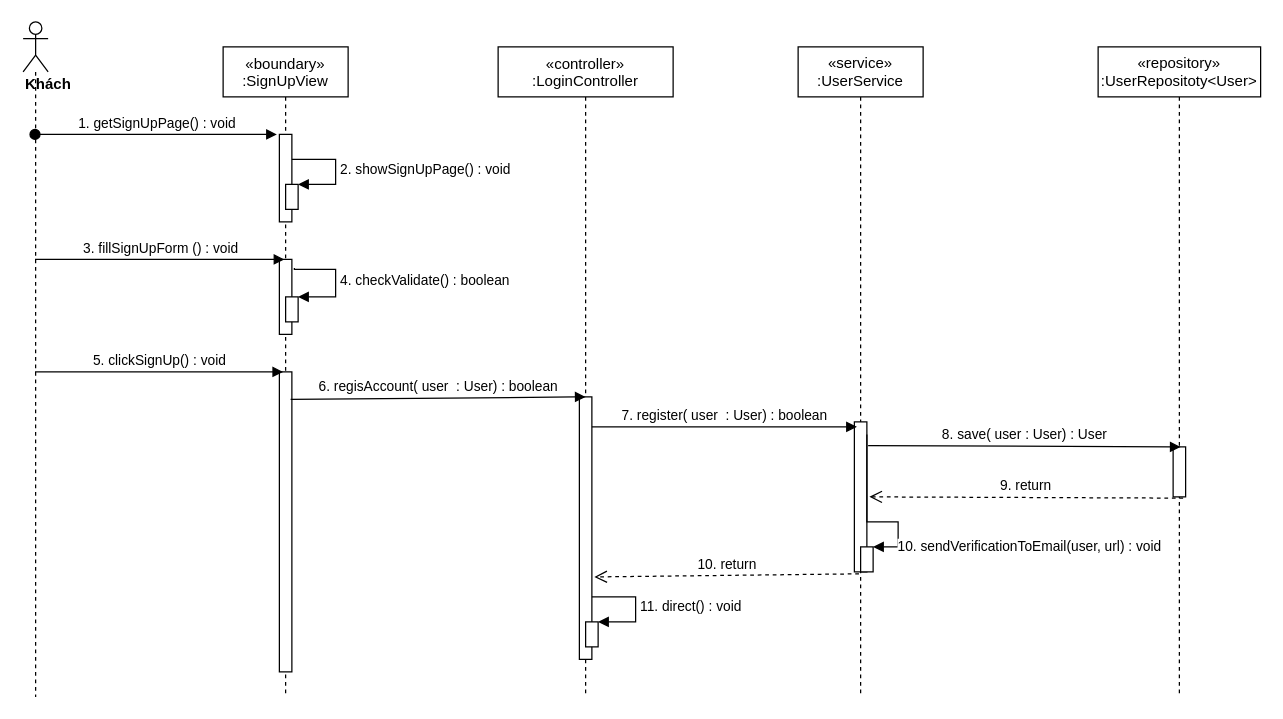
The draw.io diagram sequence diagram/register-sequence-diagram.drawio in nguyenphamvan/datn_20202, before the edit. Source tidied: cells renumbered, new cells numbered last; positions are measured from the earlier drawing's top-left corner, leaving out a move shared by most shapes. Both pictures are drawn from the tidied source at 125%, with x=0, y=0 at pixel (22, 21).
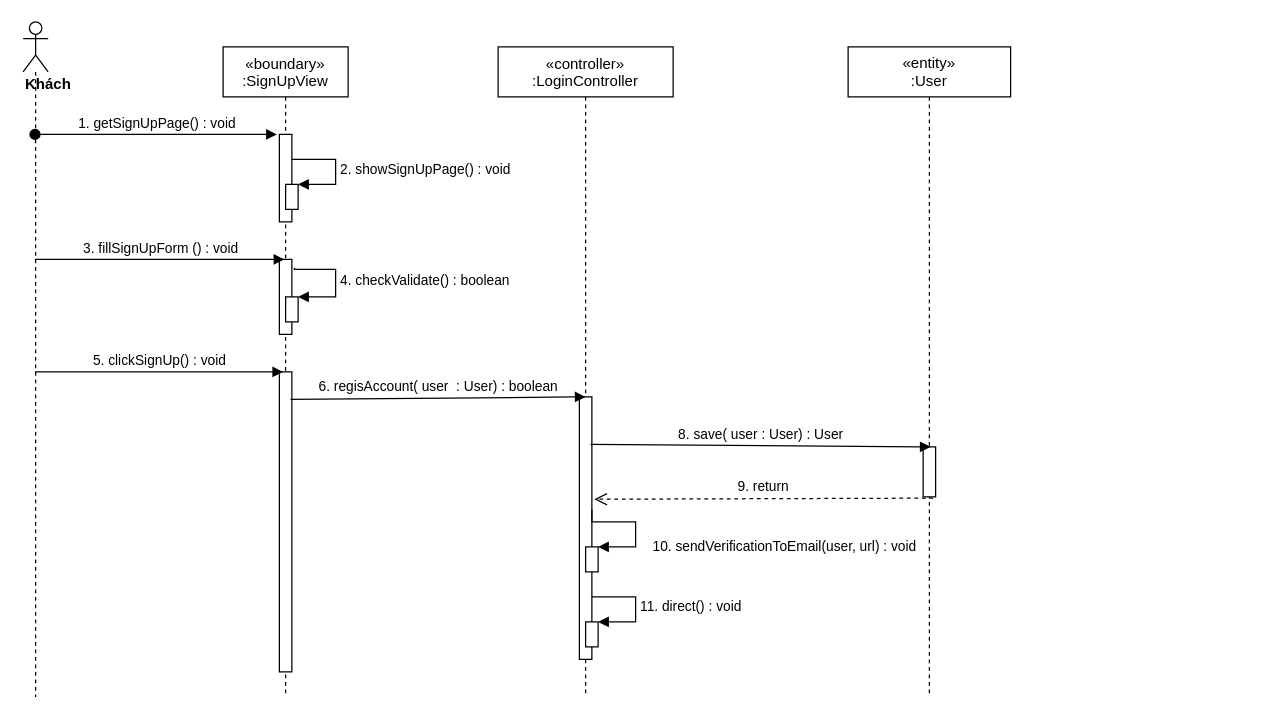
After the change.

Unchanged cells that the change refers to:
```xml
<mxCell id="11" style="points=[];perimeter=orthogonalPerimeter;rounded=0;shadow=0;strokeWidth=1;" parent="10" vertex="1">
  <mxGeometry x="65" y="280" width="10" height="210" as="geometry" />
</mxCell>
<mxCell id="24" style="points=[];perimeter=orthogonalPerimeter;rounded=0;shadow=0;strokeWidth=1;" parent="23" vertex="1">
  <mxGeometry x="60" y="320" width="10" height="40" as="geometry" />
</mxCell>
```

Diff of the diagram source:
```diff
@@
-    <mxCell id="15" value="&lt;span&gt;«service»&lt;br&gt;&lt;/span&gt;:UserService" style="shape=umlLifeline;perimeter=lifelinePerimeter;whiteSpace=wrap;html=1;" parent="1" vertex="1">
-      <mxGeometry x="620" y="20" width="100" height="520" as="geometry" />
-    </mxCell>
-    <mxCell id="16" style="points=[];perimeter=orthogonalPerimeter;rounded=0;shadow=0;strokeWidth=1;" parent="15" vertex="1">
-      <mxGeometry x="45" y="300" width="10" height="120" as="geometry" />
-    </mxCell>
-    <mxCell id="17" style="html=1;points=[];perimeter=orthogonalPerimeter;" parent="15" vertex="1">
-      <mxGeometry x="50" y="400" width="10" height="20" as="geometry" />
-    </mxCell>
-    <mxCell id="18" value="10. sendVerificationToEmail(user, url) : void" style="edgeStyle=orthogonalEdgeStyle;html=1;align=left;spacingLeft=2;endArrow=block;rounded=0;entryX=1;entryY=0;" parent="15" edge="1" target="17">
-      <mxGeometry x="0.76" relative="1" as="geometry">
-        <mxPoint x="55" y="310" as="sourcePoint" />
-        <Array as="points">
-          <mxPoint x="55" y="380" />
-          <mxPoint x="80" y="380" />
-          <mxPoint x="80" y="400" />
-        </Array>
-      </mxGeometry>
-    </mxCell>
@@
-    <mxCell id="23" value="&lt;span&gt;«repository»&lt;br&gt;&lt;/span&gt;:UserRepositoty&amp;lt;User&amp;gt;" style="shape=umlLifeline;perimeter=lifelinePerimeter;whiteSpace=wrap;html=1;" parent="1" vertex="1">
-      <mxGeometry x="860" y="20" width="130" height="520" as="geometry" />
+    <mxCell id="23" value="&lt;span&gt;«entity»&lt;br&gt;&lt;/span&gt;:User" style="shape=umlLifeline;perimeter=lifelinePerimeter;whiteSpace=wrap;html=1;" parent="1" vertex="1">
+      <mxGeometry x="660" y="20" width="130" height="520" as="geometry" />
     </mxCell>
@@
-    <mxCell id="25" value="7. register( user&amp;nbsp; : User) : boolean" style="html=1;verticalAlign=bottom;endArrow=block;entryX=0.2;entryY=0.033;entryDx=0;entryDy=0;entryPerimeter=0;" parent="1" edge="1" source="11" target="16">
-      <mxGeometry relative="1" as="geometry" />
-    </mxCell>
-    <mxCell id="26" value="10. return" style="html=1;verticalAlign=bottom;endArrow=open;dashed=1;endSize=8;exitX=0.367;exitY=1.013;exitDx=0;exitDy=0;exitPerimeter=0;entryX=1.2;entryY=0.686;entryDx=0;entryDy=0;entryPerimeter=0;" parent="1" edge="1" source="16" target="11">
-      <mxGeometry relative="1" as="geometry" />
-    </mxCell>
-    <mxCell id="27" value="8. save( user : User) : User" style="html=1;verticalAlign=bottom;endArrow=block;entryX=0.6;entryY=0;entryDx=0;entryDy=0;entryPerimeter=0;exitX=1.1;exitY=0.158;exitDx=0;exitDy=0;exitPerimeter=0;" parent="1" edge="1" source="16" target="24">
+    <mxCell id="27" value="8. save( user : User) : User" style="html=1;verticalAlign=bottom;endArrow=block;entryX=0.6;entryY=0;entryDx=0;entryDy=0;entryPerimeter=0;exitX=0.9;exitY=0.181;exitDx=0;exitDy=0;exitPerimeter=0;" parent="1" edge="1" source="11" target="24">
       <mxGeometry relative="1" as="geometry" />
     </mxCell>
-    <mxCell id="28" value="9. return" style="html=1;verticalAlign=bottom;endArrow=open;dashed=1;endSize=8;exitX=0.8;exitY=1.025;exitDx=0;exitDy=0;exitPerimeter=0;entryX=1.2;entryY=0.5;entryDx=0;entryDy=0;entryPerimeter=0;" parent="1" edge="1" source="24" target="16">
+    <mxCell id="28" value="9. return" style="html=1;verticalAlign=bottom;endArrow=open;dashed=1;endSize=8;exitX=0.8;exitY=1.025;exitDx=0;exitDy=0;exitPerimeter=0;entryX=1.2;entryY=0.39;entryDx=0;entryDy=0;entryPerimeter=0;" parent="1" edge="1" source="24" target="11">
       <mxGeometry relative="1" as="geometry" />
     </mxCell>
+    <mxCell id="17" style="html=1;points=[];perimeter=orthogonalPerimeter;" parent="1" vertex="1">
+      <mxGeometry x="450" y="420" width="10" height="20" as="geometry" />
+    </mxCell>
+    <mxCell id="18" value="10. sendVerificationToEmail(user, url) : void" style="edgeStyle=orthogonalEdgeStyle;html=1;align=left;spacingLeft=2;endArrow=block;rounded=0;entryX=1;entryY=0;exitX=1;exitY=0.429;exitDx=0;exitDy=0;exitPerimeter=0;" parent="1" edge="1" source="11" target="17">
+      <mxGeometry x="0.37" y="-10" relative="1" as="geometry">
+        <Array as="points">
+          <mxPoint x="455" y="400" />
+          <mxPoint x="490" y="400" />
+          <mxPoint x="490" y="420" />
+        </Array>
+        <mxPoint x="10" y="10" as="offset" />
+      </mxGeometry>
+    </mxCell>
```
